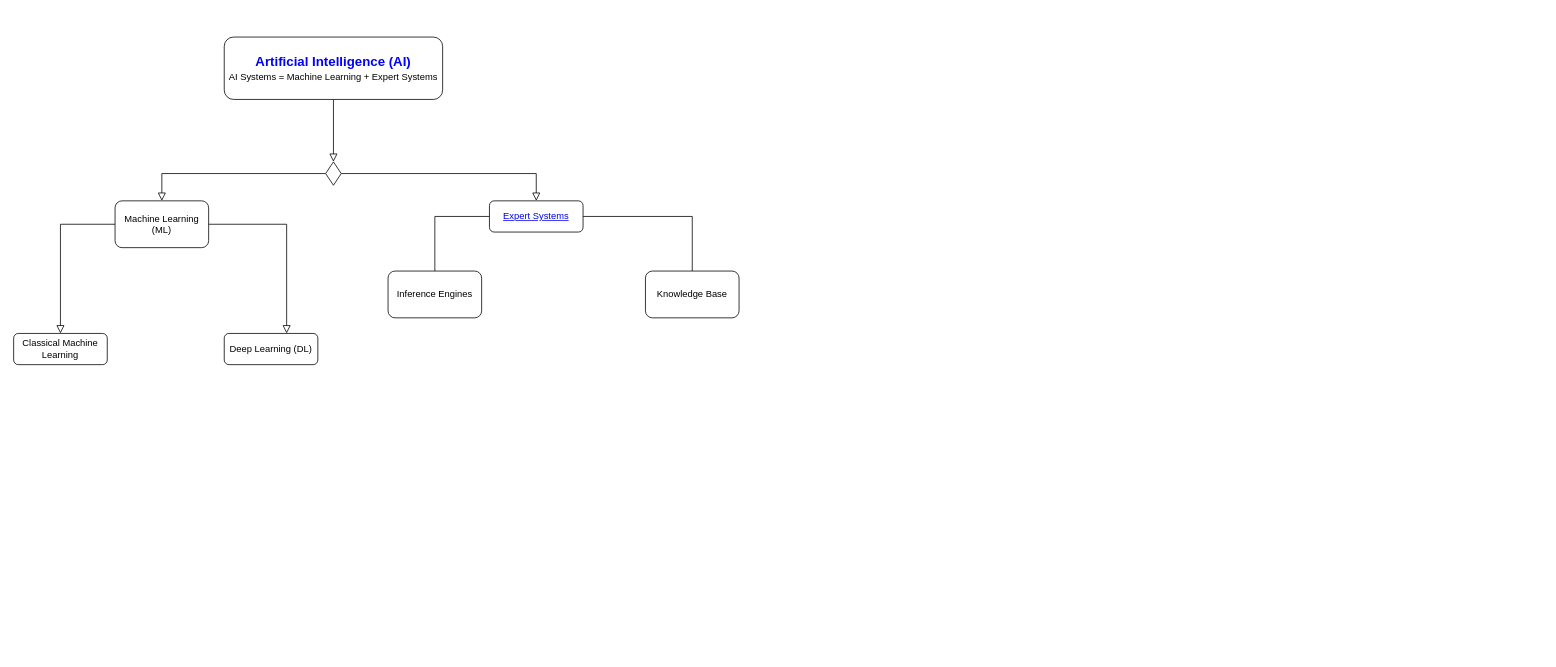
Earlier version of the draw.io diagram my-test-flow-chart.drawio (KPAdhikari/TidBits). Source tidied: cells renumbered, new cells numbered last; positions are measured from the earlier drawing's top-left corner, leaving out a move shared by most shapes. Both pictures are drawn from the tidied source at 78%, with x=0, y=0 at pixel (13, 37).
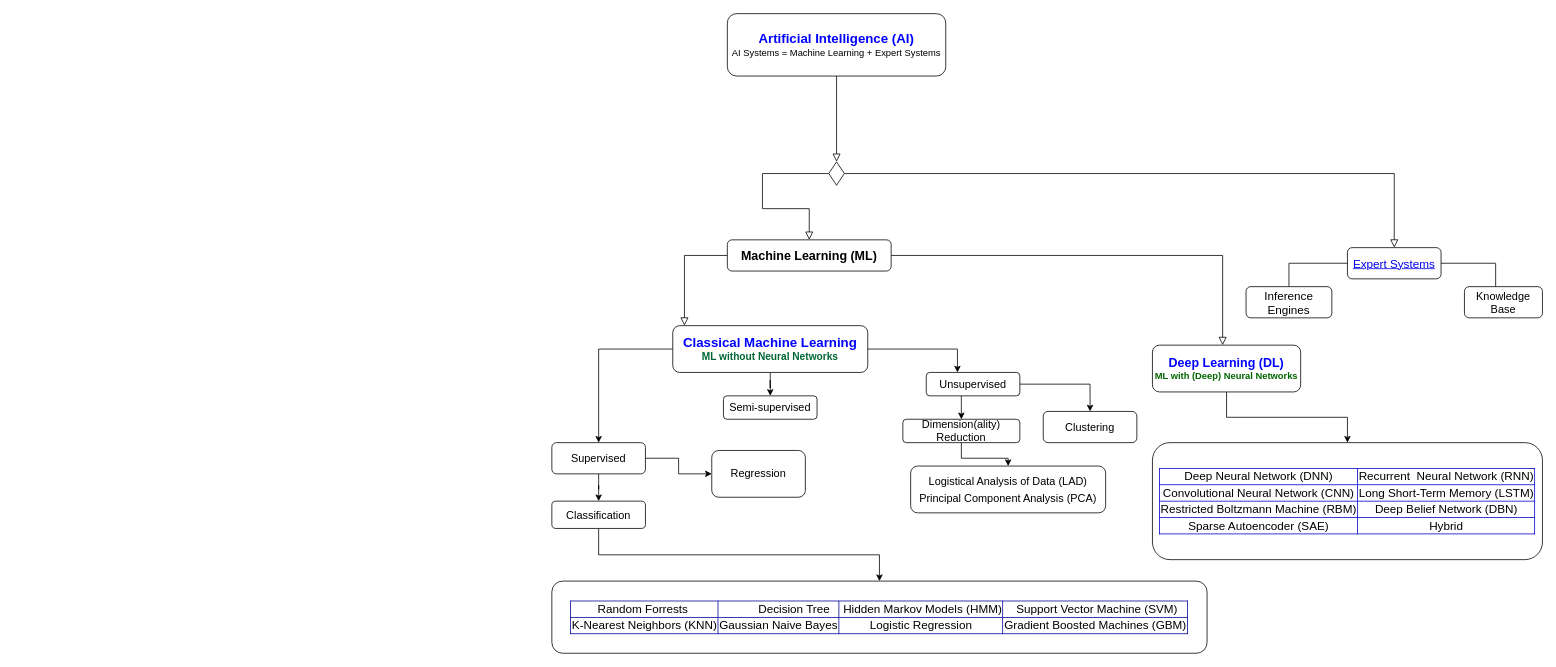
After the change.

Diff of the diagram source:
```diff
@@
     <mxCell id="2" style="rounded=0;html=1;jettySize=auto;fontSize=11;endArrow=block;endFill=0;endSize=8;strokeWidth=1;shadow=0;labelBackgroundColor=none;edgeStyle=orthogonalEdgeStyle;" parent="1" edge="1" source="3" target="6">
-      <mxGeometry relative="1" as="geometry" />
+      <mxGeometry relative="1" as="geometry">
+        <Array as="points">
+          <mxPoint x="1060" y="175" />
+        </Array>
+      </mxGeometry>
     </mxCell>
     <mxCell id="3" value="&lt;b&gt;&lt;font color=&quot;#0000ff&quot; style=&quot;font-size: 17px;&quot;&gt;Artificial Intelligence (AI)&lt;/font&gt;&lt;/b&gt;&lt;br&gt;AI Systems = Machine Learning + Expert Systems" style="rounded=1;whiteSpace=wrap;html=1;fontSize=12;glass=0;strokeWidth=1;shadow=0;" parent="1" vertex="1">
-      <mxGeometry x="270" width="280" height="80" as="geometry" />
+      <mxGeometry x="915" y="-30" width="280" height="80" as="geometry" />
     </mxCell>
     <mxCell id="4" style="rounded=0;html=1;jettySize=auto;fontSize=11;endArrow=block;endFill=0;endSize=8;strokeWidth=1;shadow=0;labelBackgroundColor=none;edgeStyle=orthogonalEdgeStyle;entryX=0.5;entryY=0;entryDx=0;entryDy=0;" parent="1" edge="1" source="6" target="16">
-      <mxGeometry y="20" relative="1" as="geometry" />
+      <mxGeometry y="20" relative="1" as="geometry">
+        <Array as="points">
+          <mxPoint x="960" y="175" />
+          <mxPoint x="960" y="220" />
+          <mxPoint x="1020" y="220" />
+        </Array>
+      </mxGeometry>
     </mxCell>
     <mxCell id="5" style="edgeStyle=orthogonalEdgeStyle;rounded=0;html=1;jettySize=auto;fontSize=11;endArrow=block;endFill=0;endSize=8;strokeWidth=1;shadow=0;labelBackgroundColor=none;" parent="1" edge="1" source="6" target="8">
       <mxGeometry x="-0.12" y="21" relative="1" as="geometry">
         <Array as="points">
-          <mxPoint x="670" y="175" />
+          <mxPoint x="1770" y="175" />
         </Array>
         <mxPoint x="-7" y="-15" as="offset" />
       </mxGeometry>
     </mxCell>
     <mxCell id="6" style="rhombus;whiteSpace=wrap;html=1;shadow=0;fontFamily=Helvetica;fontSize=12;align=center;strokeWidth=1;spacing=6;spacingTop=-4;" parent="1" vertex="1">
-      <mxGeometry x="400" y="160" width="20" height="30" as="geometry" />
+      <mxGeometry x="1045" y="160" width="20" height="30" as="geometry" />
     </mxCell>
@@
-    <mxCell id="8" value="&lt;a href=&quot;https://en.wikipedia.org/wiki/Expert_system&quot;&gt;Expert Systems&lt;/a&gt;" style="rounded=1;whiteSpace=wrap;html=1;fontSize=12;glass=0;strokeWidth=1;shadow=0;" parent="1" vertex="1">
-      <mxGeometry x="610" y="210" width="120" height="40" as="geometry" />
+    <mxCell id="8" value="&lt;a href=&quot;https://en.wikipedia.org/wiki/Expert_system&quot;&gt;&lt;font style=&quot;font-size: 15px;&quot;&gt;Expert Systems&lt;/font&gt;&lt;/a&gt;" style="rounded=1;whiteSpace=wrap;html=1;fontSize=12;glass=0;strokeWidth=1;shadow=0;" parent="1" vertex="1">
+      <mxGeometry x="1710" y="270" width="120" height="40" as="geometry" />
     </mxCell>
     <mxCell id="9" style="rounded=0;html=1;jettySize=auto;fontSize=11;endArrow=block;endFill=0;endSize=8;strokeWidth=1;shadow=0;labelBackgroundColor=none;edgeStyle=orthogonalEdgeStyle;exitX=0;exitY=0.5;exitDx=0;exitDy=0;" parent="1" edge="1" source="16" target="11">
       <mxGeometry x="0.33" y="20" relative="1" as="geometry">
         <Array as="points">
-          <mxPoint x="60" y="240" />
+          <mxPoint x="860" y="280" />
         </Array>
       </mxGeometry>
     </mxCell>
     <mxCell id="10" style="edgeStyle=orthogonalEdgeStyle;rounded=0;html=1;jettySize=auto;fontSize=11;endArrow=block;endFill=0;endSize=8;strokeWidth=1;shadow=0;labelBackgroundColor=none;exitX=1;exitY=0.5;exitDx=0;exitDy=0;" parent="1" edge="1" source="16" target="12">
       <mxGeometry x="-0.91" relative="1" as="geometry">
         <Array as="points">
-          <mxPoint x="350" y="240" />
+          <mxPoint x="1550" y="280" />
         </Array>
       </mxGeometry>
     </mxCell>
+    <mxCell id="17" style="edgeStyle=orthogonalEdgeStyle;rounded=0;jettySize=auto;html=1;" parent="1" edge="1" source="11" target="22">
+      <mxGeometry relative="1" as="geometry" />
+    </mxCell>
+    <mxCell id="18" style="edgeStyle=orthogonalEdgeStyle;rounded=0;jettySize=auto;html=1;" parent="1" edge="1" source="11" target="25">
+      <mxGeometry relative="1" as="geometry" />
+    </mxCell>
+    <mxCell id="19" style="edgeStyle=orthogonalEdgeStyle;rounded=0;jettySize=auto;html=1;" parent="1" edge="1" source="11" target="28">
+      <mxGeometry relative="1" as="geometry">
+        <Array as="points">
+          <mxPoint x="1210" y="400" />
+        </Array>
+      </mxGeometry>
+    </mxCell>
-    <mxCell id="11" value="Classical Machine Learning" style="rounded=1;whiteSpace=wrap;html=1;fontSize=12;glass=0;strokeWidth=1;shadow=0;" parent="1" vertex="1">
-      <mxGeometry y="380" width="120" height="40" as="geometry" />
+    <mxCell id="11" value="&lt;b&gt;&lt;font style=&quot;&quot;&gt;&lt;font color=&quot;#0000ff&quot; style=&quot;font-size: 17px;&quot;&gt;Classical Machine Learning&lt;/font&gt;&lt;br&gt;&lt;font color=&quot;#006633&quot; style=&quot;font-size: 13px;&quot;&gt;ML without Neural Networks&lt;/font&gt;&lt;br&gt;&lt;/font&gt;&lt;/b&gt;" style="rounded=1;whiteSpace=wrap;html=1;fontSize=12;glass=0;strokeWidth=1;shadow=0;" parent="1" vertex="1">
+      <mxGeometry x="845" y="370" width="250" height="60" as="geometry" />
     </mxCell>
+    <mxCell id="20" style="edgeStyle=orthogonalEdgeStyle;rounded=0;jettySize=auto;html=1;" parent="1" edge="1" source="12" target="21">
+      <mxGeometry relative="1" as="geometry" />
+    </mxCell>
-    <mxCell id="12" value="Deep Learning (DL)" style="rounded=1;whiteSpace=wrap;html=1;fontSize=12;glass=0;strokeWidth=1;shadow=0;" parent="1" vertex="1">
-      <mxGeometry x="270" y="380" width="120" height="40" as="geometry" />
+    <mxCell id="12" value="&lt;b&gt;&lt;font style=&quot;color: rgb(0, 0, 255); font-size: 16px;&quot;&gt;Deep Learning (DL)&lt;/font&gt;&lt;br&gt;&lt;font color=&quot;#006600&quot; style=&quot;font-size: 12px;&quot;&gt;ML with (Deep) Neural Networks&lt;/font&gt;&lt;br&gt;&lt;/b&gt;" style="rounded=1;whiteSpace=wrap;html=1;fontSize=12;glass=0;strokeWidth=1;shadow=0;" parent="1" vertex="1">
+      <mxGeometry x="1460" y="395" width="190" height="60" as="geometry" />
     </mxCell>
-    <mxCell id="13" value="Inference Engines" style="whiteSpace=wrap;html=1;rounded=1;glass=0;strokeWidth=1;shadow=0;" parent="1" vertex="1">
-      <mxGeometry x="480" y="300" width="120" height="60" as="geometry" />
+    <mxCell id="13" value="&lt;font style=&quot;font-size: 15px;&quot;&gt;Inference Engines&lt;/font&gt;" style="whiteSpace=wrap;html=1;rounded=1;glass=0;strokeWidth=1;shadow=0;" parent="1" vertex="1">
+      <mxGeometry x="1580" y="320" width="110" height="40" as="geometry" />
     </mxCell>
     <mxCell id="14" style="edgeStyle=orthogonalEdgeStyle;rounded=0;jettySize=auto;html=1;endSize=0;endArrow=none;endFill=0;" parent="1" edge="1" source="15" target="8">
       <mxGeometry relative="1" as="geometry">
         <Array as="points">
-          <mxPoint x="870" y="230" />
+          <mxPoint x="1900" y="290" />
         </Array>
       </mxGeometry>
     </mxCell>
-    <mxCell id="15" value="Knowledge Base" style="whiteSpace=wrap;html=1;rounded=1;glass=0;strokeWidth=1;shadow=0;" parent="1" vertex="1">
-      <mxGeometry x="810" y="300" width="120" height="60" as="geometry" />
+    <mxCell id="15" value="&lt;font style=&quot;font-size: 14px;&quot;&gt;Knowledge Base&lt;/font&gt;" style="whiteSpace=wrap;html=1;rounded=1;glass=0;strokeWidth=1;shadow=0;" parent="1" vertex="1">
+      <mxGeometry x="1860" y="320" width="100" height="40" as="geometry" />
     </mxCell>
-    <mxCell id="16" value="Machine Learning (ML)" style="whiteSpace=wrap;html=1;rounded=1;" parent="1" vertex="1">
-      <mxGeometry x="130" y="210" width="120" height="60" as="geometry" />
+    <mxCell id="16" value="&lt;b&gt;&lt;font style=&quot;font-size: 16px;&quot;&gt;Machine Learning (ML)&lt;/font&gt;&lt;/b&gt;" style="whiteSpace=wrap;html=1;rounded=1;" parent="1" vertex="1">
+      <mxGeometry x="915" y="260" width="210" height="40" as="geometry" />
     </mxCell>
+    <mxCell id="21" value="&lt;table style=&quot;border: 1px solid rgb(0, 0, 204); border-collapse: collapse; font-size: 15px;&quot; border=&quot;1&quot;&gt;&lt;tbody&gt;&lt;tr&gt;&lt;td style=&quot;border-collapse: collapse;&quot; border=&quot;1&quot;&gt;&lt;font style=&quot;font-size: 15px;&quot;&gt;Deep Neural Network (DNN)&lt;/font&gt;&lt;/td&gt;&lt;td&gt;&lt;font style=&quot;font-size: 15px;&quot;&gt;Recurrent&amp;nbsp; Neural Network (RNN)&lt;/font&gt;&lt;/td&gt;&lt;/tr&gt;&lt;tr&gt;&lt;td style=&quot;border-collapse: collapse;&quot; border=&quot;1&quot;&gt;&lt;font style=&quot;font-size: 15px;&quot;&gt;Convolutional Neural Network (CNN)&lt;/font&gt;&lt;/td&gt;&lt;td&gt;&lt;font style=&quot;font-size: 15px;&quot;&gt;Long Short-Term Memory (LSTM)&lt;/font&gt;&lt;/td&gt;&lt;/tr&gt;&lt;tr&gt;&lt;td style=&quot;border-collapse: collapse;&quot; border=&quot;1&quot;&gt;&lt;font style=&quot;font-size: 15px;&quot;&gt;Restricted Boltzmann Machine (RBM)&lt;/font&gt;&lt;/td&gt;&lt;td&gt;&lt;font style=&quot;font-size: 15px;&quot;&gt;Deep Belief Network (DBN)&lt;/font&gt;&lt;/td&gt;&lt;/tr&gt;&lt;tr&gt;&lt;td style=&quot;border-collapse: collapse;&quot; border=&quot;1&quot;&gt;&lt;font style=&quot;font-size: 15px;&quot;&gt;Sparse Autoencoder (SAE)&lt;/font&gt;&lt;/td&gt;&lt;td&gt;&lt;font style=&quot;font-size: 15px;&quot;&gt;Hybrid&lt;/font&gt;&lt;/td&gt;&lt;/tr&gt;&lt;/tbody&gt;&lt;/table&gt;" style="whiteSpace=wrap;html=1;rounded=1;glass=0;strokeWidth=1;shadow=0;" parent="1" vertex="1">
+      <mxGeometry x="1460" y="520" width="500" height="150" as="geometry" />
+    </mxCell>
+    <mxCell id="22" value="&lt;font style=&quot;font-size: 14px;&quot;&gt;Semi-supervised&lt;/font&gt;" style="whiteSpace=wrap;html=1;rounded=1;glass=0;strokeWidth=1;shadow=0;" parent="1" vertex="1">
+      <mxGeometry x="910" y="460" width="120" height="30" as="geometry" />
+    </mxCell>
+    <mxCell id="23" style="edgeStyle=orthogonalEdgeStyle;rounded=0;jettySize=auto;html=1;" parent="1" edge="1" source="25" target="34">
+      <mxGeometry relative="1" as="geometry" />
+    </mxCell>
+    <mxCell id="24" style="edgeStyle=orthogonalEdgeStyle;rounded=0;jettySize=auto;html=1;" parent="1" edge="1" source="25" target="35">
+      <mxGeometry relative="1" as="geometry" />
+    </mxCell>
+    <mxCell id="25" value="&lt;font style=&quot;font-size: 14px;&quot;&gt;Supervised&lt;/font&gt;" style="whiteSpace=wrap;html=1;rounded=1;glass=0;strokeWidth=1;shadow=0;" parent="1" vertex="1">
+      <mxGeometry x="690" y="520" width="120" height="40" as="geometry" />
+    </mxCell>
+    <mxCell id="26" style="edgeStyle=orthogonalEdgeStyle;rounded=0;jettySize=auto;html=1;" parent="1" edge="1" source="28" target="30">
+      <mxGeometry relative="1" as="geometry">
+        <Array as="points">
+          <mxPoint x="1215" y="470" />
+          <mxPoint x="1215" y="470" />
+        </Array>
+      </mxGeometry>
+    </mxCell>
+    <mxCell id="27" style="edgeStyle=orthogonalEdgeStyle;rounded=0;jettySize=auto;html=1;" parent="1" edge="1" source="28" target="31">
+      <mxGeometry relative="1" as="geometry" />
+    </mxCell>
+    <mxCell id="28" value="&lt;font style=&quot;font-size: 14px;&quot;&gt;Unsupervised&lt;/font&gt;" style="whiteSpace=wrap;html=1;rounded=1;glass=0;strokeWidth=1;shadow=0;" parent="1" vertex="1">
+      <mxGeometry x="1170" y="430" width="120" height="30" as="geometry" />
+    </mxCell>
+    <mxCell id="29" style="edgeStyle=orthogonalEdgeStyle;rounded=0;jettySize=auto;html=1;" parent="1" edge="1" source="30" target="32">
+      <mxGeometry relative="1" as="geometry" />
+    </mxCell>
+    <mxCell id="30" value="&lt;font style=&quot;font-size: 14px;&quot;&gt;Dimension(ality) Reduction&lt;/font&gt;" style="whiteSpace=wrap;html=1;rounded=1;glass=0;strokeWidth=1;shadow=0;" parent="1" vertex="1">
+      <mxGeometry x="1140" y="490" width="150" height="30" as="geometry" />
+    </mxCell>
+    <mxCell id="31" value="&lt;font style=&quot;font-size: 14px;&quot;&gt;Clustering&lt;/font&gt;" style="whiteSpace=wrap;html=1;rounded=1;glass=0;strokeWidth=1;shadow=0;" parent="1" vertex="1">
+      <mxGeometry x="1320" y="480" width="120" height="40" as="geometry" />
+    </mxCell>
+    <mxCell id="32" value="&lt;table style=&quot;font-size: 14px;&quot;&gt;&lt;tbody&gt;&lt;tr&gt;&lt;td&gt;&lt;font style=&quot;font-size: 14px;&quot;&gt;Logistical Analysis of Data (LAD)&lt;/font&gt;&lt;/td&gt;&lt;/tr&gt;&lt;tr&gt;&lt;td&gt;&lt;font style=&quot;font-size: 14px;&quot;&gt;Principal Component Analysis (PCA)&lt;/font&gt;&lt;/td&gt;&lt;/tr&gt;&lt;/tbody&gt;&lt;/table&gt;" style="whiteSpace=wrap;html=1;rounded=1;glass=0;strokeWidth=1;shadow=0;" parent="1" vertex="1">
+      <mxGeometry x="1150" y="550" width="250" height="60" as="geometry" />
+    </mxCell>
+    <mxCell id="33" style="edgeStyle=orthogonalEdgeStyle;rounded=0;jettySize=auto;html=1;" parent="1" edge="1" source="34" target="36">
+      <mxGeometry relative="1" as="geometry" />
+    </mxCell>
+    <mxCell id="34" value="&lt;font style=&quot;font-size: 14px;&quot;&gt;Classification&lt;/font&gt;" style="whiteSpace=wrap;html=1;rounded=1;glass=0;strokeWidth=1;shadow=0;" parent="1" vertex="1">
+      <mxGeometry x="690" y="595" width="120" height="35" as="geometry" />
+    </mxCell>
+    <mxCell id="35" value="&lt;font style=&quot;font-size: 14px;&quot;&gt;Regression&lt;/font&gt;" style="whiteSpace=wrap;html=1;rounded=1;glass=0;strokeWidth=1;shadow=0;" parent="1" vertex="1">
+      <mxGeometry x="895" y="530" width="120" height="60" as="geometry" />
+    </mxCell>
+    <mxCell id="36" value="&lt;table align=&quot;left&quot; style=&quot;border: 1px solid rgb(0, 0, 153); border-collapse: collapse; font-size: 15px;&quot; border=&quot;1&quot;&gt;&lt;tbody&gt;&lt;tr&gt;&lt;td&gt;&lt;font style=&quot;font-size: 15px;&quot;&gt;Random Forrests&lt;span style=&quot;white-space: pre;&quot;&gt; &lt;/span&gt;&lt;/font&gt;&lt;/td&gt;&lt;td&gt;&lt;blockquote style=&quot;margin: 0 0 0 40px; border: none; padding: 0px;&quot;&gt;&lt;font style=&quot;font-size: 15px;&quot;&gt;Decision Tree&lt;/font&gt;&lt;/blockquote&gt;&lt;/td&gt;&lt;td&gt;&lt;font style=&quot;font-size: 15px;&quot;&gt;&lt;span style=&quot;white-space: pre;&quot;&gt; &lt;/span&gt;Hidden Markov Models (HMM)&lt;br&gt;&lt;/font&gt;&lt;/td&gt;&lt;td&gt;&lt;font style=&quot;font-size: 15px;&quot;&gt;&lt;span style=&quot;white-space: pre;&quot;&gt; &lt;/span&gt;Support Vector Machine (SVM)&lt;/font&gt;&lt;/td&gt;&lt;/tr&gt;&lt;tr&gt;&lt;td&gt;&lt;font style=&quot;font-size: 15px;&quot;&gt;K-Nearest Neighbors (KNN)&lt;/font&gt;&lt;/td&gt;&lt;td&gt;&lt;font style=&quot;font-size: 15px;&quot;&gt;Gaussian Naive Bayes&lt;/font&gt;&lt;/td&gt;&lt;td&gt;&lt;font style=&quot;font-size: 15px;&quot;&gt;Logistic Regression&lt;/font&gt;&lt;/td&gt;&lt;td&gt;&lt;font style=&quot;font-size: 15px;&quot;&gt;Gradient Boosted Machines (GBM)&lt;/font&gt;&lt;/td&gt;&lt;/tr&gt;&lt;/tbody&gt;&lt;/table&gt;" style="whiteSpace=wrap;html=1;rounded=1;glass=0;strokeWidth=1;shadow=0;" parent="1" vertex="1">
+      <mxGeometry x="690" y="697.5" width="840" height="92.5" as="geometry" />
+    </mxCell>
```
